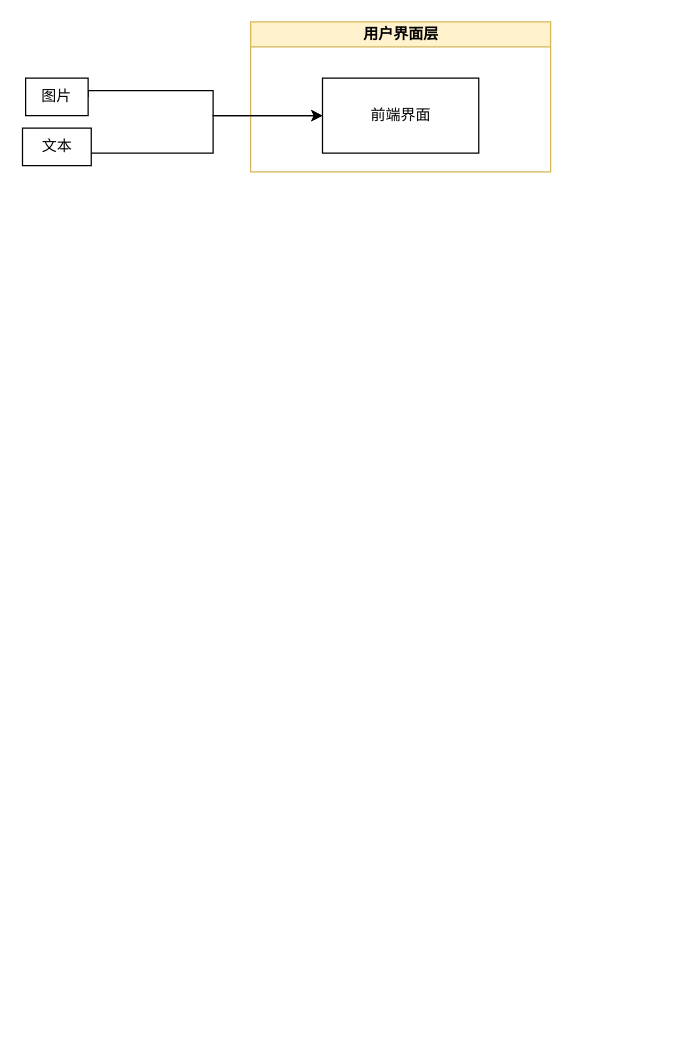
The draw.io diagram directory/毕设.drawio in lllwwwooo/draw.io, before the edit. Source tidied: cells renumbered, new cells numbered last; positions are measured from the earlier drawing's top-left corner, leaving out a move shared by most shapes. Both pictures are drawn from the tidied source at 125%, with x=0, y=0 at pixel (22, 21).
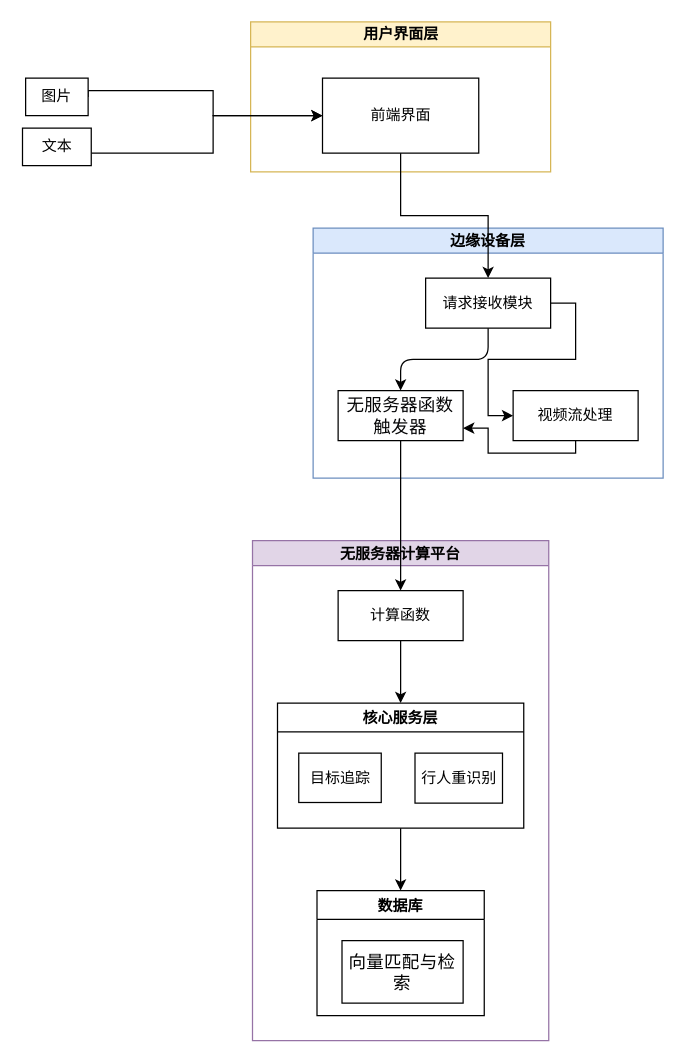
After the change.

Unchanged cells that the change refers to:
```xml
<mxCell id="3" value="前端界面" style="rounded=0;whiteSpace=wrap;html=1;" parent="2" vertex="1">
  <mxGeometry x="57.5" y="45" width="125" height="60" as="geometry" />
</mxCell>
```

Diff of the diagram source:
```diff
@@
+    <mxCell id="8" value="边缘设备层" style="swimlane;startSize=20;horizontal=1;horizontalTree=0;sortEdges=1;containerType=tree;fontSize=12;fillColor=#dae8fc;strokeColor=#6c8ebf;" parent="1" vertex="1">
+      <mxGeometry x="232" y="165" width="280" height="200" as="geometry" />
+    </mxCell>
+    <mxCell id="9" value="请求接收模块" style="whiteSpace=wrap;html=1;" parent="8" vertex="1">
+      <mxGeometry x="90" y="40" width="100" height="40" as="geometry" />
+    </mxCell>
+    <mxCell id="10" value="&lt;span style=&quot;box-sizing: inherit; color: rgb(6, 6, 7); font-family: -apple-system, blinkmacsystemfont, &amp;quot;Helvetica Neue&amp;quot;, helvetica, &amp;quot;segoe ui&amp;quot;, arial, roboto, &amp;quot;PingFang SC&amp;quot;, miui, &amp;quot;Hiragino Sans GB&amp;quot;, &amp;quot;Microsoft Yahei&amp;quot;, sans-serif; font-size: 14px; letter-spacing: 0.25px; text-align: left; white-space-collapse: preserve; background-color: rgb(255, 255, 255);&quot;&gt;无服务器函数触发器&lt;/span&gt;" style="whiteSpace=wrap;html=1;" parent="8" vertex="1">
+      <mxGeometry x="20" y="130" width="100" height="40" as="geometry" />
+    </mxCell>
+    <mxCell id="11" style="edgeStyle=elbowEdgeStyle;elbow=vertical;html=1;rounded=1;curved=0;sourcePerimeterSpacing=0;targetPerimeterSpacing=0;startSize=6;endSize=6;" parent="8" edge="1" source="9" target="10">
+      <mxGeometry relative="1" as="geometry" />
+    </mxCell>
+    <mxCell id="12" style="edgeStyle=orthogonalEdgeStyle;rounded=0;jettySize=auto;html=1;exitX=1;exitY=0.5;exitDx=0;exitDy=0;entryX=0;entryY=0.5;entryDx=0;entryDy=0;" parent="8" edge="1" source="9" target="14">
+      <mxGeometry relative="1" as="geometry" />
+    </mxCell>
+    <mxCell id="13" style="edgeStyle=orthogonalEdgeStyle;rounded=0;jettySize=auto;html=1;exitX=0.5;exitY=1;exitDx=0;exitDy=0;entryX=1;entryY=0.75;entryDx=0;entryDy=0;" parent="8" edge="1" source="14" target="10">
+      <mxGeometry relative="1" as="geometry">
+        <Array as="points">
+          <mxPoint x="210" y="180" />
+          <mxPoint x="140" y="180" />
+          <mxPoint x="140" y="160" />
+        </Array>
+      </mxGeometry>
+    </mxCell>
+    <mxCell id="14" value="视频流处理" style="whiteSpace=wrap;html=1;" parent="8" vertex="1">
+      <mxGeometry x="160" y="130" width="100" height="40" as="geometry" />
+    </mxCell>
+    <mxCell id="15" value="无服务器计算平台" style="swimlane;startSize=20;horizontal=1;horizontalTree=0;sortEdges=1;containerType=tree;fontSize=12;fillColor=#e1d5e7;strokeColor=#9673a6;" parent="1" vertex="1">
+      <mxGeometry x="183.5" y="415" width="237" height="400" as="geometry" />
+    </mxCell>
+    <mxCell id="16" style="edgeStyle=orthogonalEdgeStyle;rounded=0;jettySize=auto;html=1;exitX=0.5;exitY=1;exitDx=0;exitDy=0;entryX=0.5;entryY=0;entryDx=0;entryDy=0;" parent="15" edge="1" source="17" target="18">
+      <mxGeometry relative="1" as="geometry" />
+    </mxCell>
+    <mxCell id="17" value="计算函数" style="whiteSpace=wrap;html=1;" parent="15" vertex="1">
+      <mxGeometry x="68.5" y="40" width="100" height="40" as="geometry" />
+    </mxCell>
+    <mxCell id="18" value="核心服务层" style="swimlane;" parent="15" vertex="1">
+      <mxGeometry x="20" y="130" width="197" height="100" as="geometry" />
+    </mxCell>
+    <mxCell id="19" value="目标追踪" style="whiteSpace=wrap;html=1;" parent="18" vertex="1">
+      <mxGeometry x="17" y="40" width="66" height="39.5" as="geometry" />
+    </mxCell>
+    <mxCell id="20" value="行人重识别" style="whiteSpace=wrap;html=1;" parent="18" vertex="1">
+      <mxGeometry x="110" y="40" width="70" height="40" as="geometry" />
+    </mxCell>
+    <mxCell id="21" style="edgeStyle=orthogonalEdgeStyle;rounded=0;jettySize=auto;html=1;" parent="15" edge="1" source="18" target="22">
+      <mxGeometry relative="1" as="geometry" />
+    </mxCell>
+    <mxCell id="22" value="数据库" style="swimlane;startSize=23;" parent="15" vertex="1">
+      <mxGeometry x="51.6" y="280" width="133.8" height="100" as="geometry" />
+    </mxCell>
+    <mxCell id="23" value="&lt;span style=&quot;font-family: -apple-system, blinkmacsystemfont, &amp;quot;Helvetica Neue&amp;quot;, helvetica, &amp;quot;segoe ui&amp;quot;, arial, roboto, &amp;quot;PingFang SC&amp;quot;, miui, &amp;quot;Hiragino Sans GB&amp;quot;, &amp;quot;Microsoft Yahei&amp;quot;, sans-serif; font-size: 14px; letter-spacing: 0.25px; text-align: start; white-space-collapse: preserve;&quot;&gt;向量匹配与检索&lt;/span&gt;" style="whiteSpace=wrap;html=1;" parent="22" vertex="1">
+      <mxGeometry x="20" y="40" width="96.9" height="50" as="geometry" />
+    </mxCell>
+    <mxCell id="24" style="edgeStyle=orthogonalEdgeStyle;rounded=0;jettySize=auto;html=1;exitX=0.5;exitY=1;exitDx=0;exitDy=0;entryX=0.5;entryY=0;entryDx=0;entryDy=0;" parent="1" edge="1" source="3" target="9">
+      <mxGeometry relative="1" as="geometry" />
+    </mxCell>
+    <mxCell id="25" style="edgeStyle=orthogonalEdgeStyle;rounded=0;jettySize=auto;html=1;exitX=0.5;exitY=1;exitDx=0;exitDy=0;entryX=0.5;entryY=0;entryDx=0;entryDy=0;" parent="1" edge="1" source="10" target="17">
+      <mxGeometry relative="1" as="geometry" />
+    </mxCell>
```
